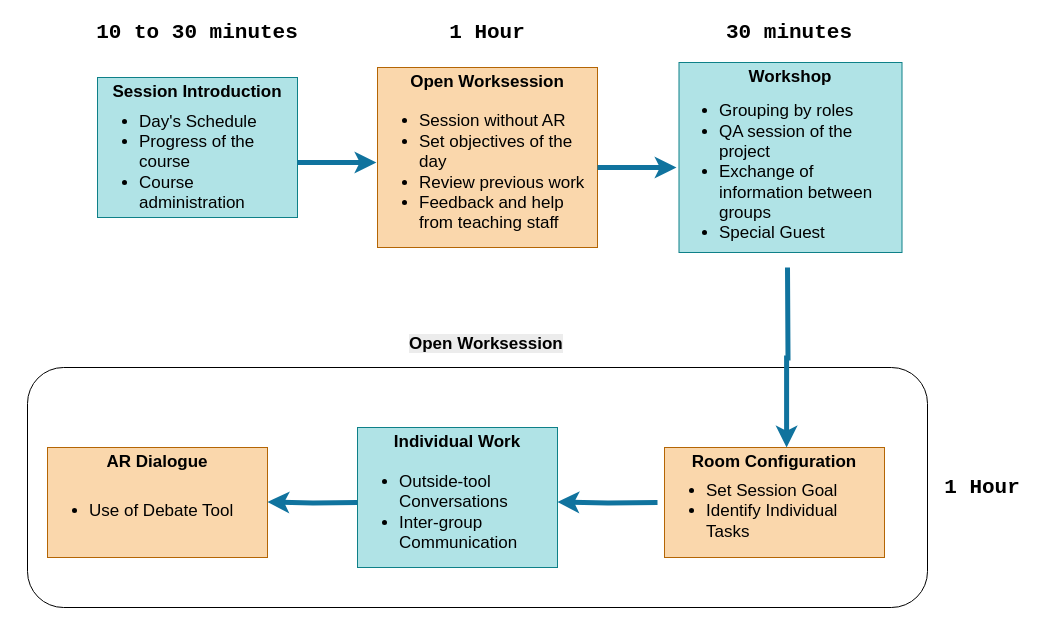
Above: Figures & Tables/Chapter 6/Fig 1 - Flow of Activities in a Classroom Session.drawio in speregil/Thesis-Document (draw.io), before the change. Source tidied: cells renumbered, new cells numbered last; positions are measured from the earlier drawing's top-left corner, leaving out a move shared by most shapes. Both pictures are drawn from the tidied source at 100%, with x=0, y=0 at pixel (17, 17).
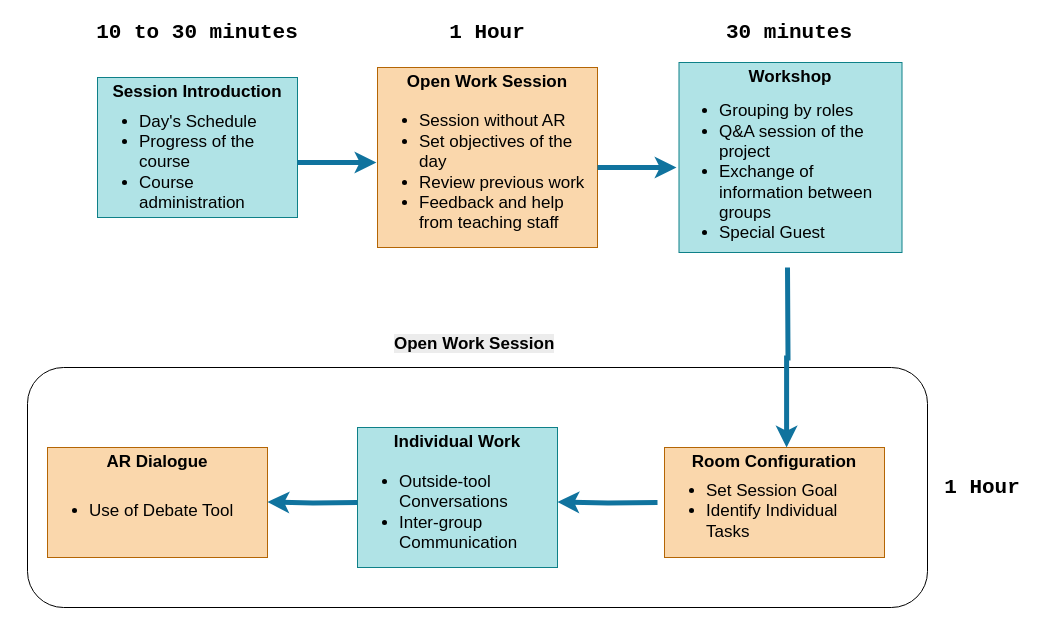
The same page after the edit.

The change refers to these unchanged cells:
```xml
<mxCell id="9" style="group;" parent="1" vertex="1">
  <mxGeometry x="360" y="50" width="220" height="180" as="geometry" />
</mxCell>
<mxCell id="16" style="group;" parent="1" vertex="1">
  <mxGeometry x="660" y="45" width="224.5" height="190" as="geometry" />
</mxCell>
```

Diff of the diagram source:
```diff
@@
-    <mxCell id="11" value="Open Worksession" style="text;html=1;whiteSpace=wrap;strokeColor=none;fillColor=none;align=center;verticalAlign=middle;rounded=0;fontSize=17;fontStyle=1;" parent="9" vertex="1">
+    <mxCell id="11" value="Open Work Session" style="text;html=1;whiteSpace=wrap;strokeColor=none;fillColor=none;align=center;verticalAlign=middle;rounded=0;fontSize=17;fontStyle=1;" parent="9" vertex="1">
       <mxGeometry x="10" width="200" height="30" as="geometry" />
     </mxCell>
@@
-    <mxCell id="19" value="&lt;ul&gt;&lt;li&gt;Grouping by roles&lt;/li&gt;&lt;li&gt;QA session of the project&lt;/li&gt;&lt;li&gt;Exchange of information between groups&lt;/li&gt;&lt;li&gt;Special Guest&lt;/li&gt;&lt;/ul&gt;" style="text;html=1;whiteSpace=wrap;strokeColor=none;fillColor=none;align=left;verticalAlign=middle;rounded=0;fontSize=17;" parent="16" vertex="1">
+    <mxCell id="19" value="&lt;ul&gt;&lt;li&gt;Grouping by roles&lt;/li&gt;&lt;li&gt;Q&amp;amp;A session of the project&lt;/li&gt;&lt;li&gt;Exchange of information between groups&lt;/li&gt;&lt;li&gt;Special Guest&lt;/li&gt;&lt;/ul&gt;" style="text;html=1;whiteSpace=wrap;strokeColor=none;fillColor=none;align=left;verticalAlign=middle;rounded=0;fontSize=17;" parent="16" vertex="1">
       <mxGeometry y="40" width="223" height="140" as="geometry" />
     </mxCell>
@@
-    <mxCell id="21" value="&lt;span style=&quot;color: rgb(0, 0, 0); font-family: Helvetica; font-size: 17px; font-style: normal; font-variant-ligatures: normal; font-variant-caps: normal; font-weight: 700; letter-spacing: normal; orphans: 2; text-align: center; text-indent: 0px; text-transform: none; widows: 2; word-spacing: 0px; -webkit-text-stroke-width: 0px; white-space: normal; background-color: rgb(236, 236, 236); text-decoration-thickness: initial; text-decoration-style: initial; text-decoration-color: initial; display: inline !important; float: none;&quot;&gt;Open Worksession&lt;/span&gt;" style="text;whiteSpace=wrap;html=1;" parent="1" vertex="1">
-      <mxGeometry x="390" y="310" width="160" height="40" as="geometry" />
+    <mxCell id="21" value="&lt;span style=&quot;color: rgb(0, 0, 0); font-family: Helvetica; font-size: 17px; font-style: normal; font-variant-ligatures: normal; font-variant-caps: normal; font-weight: 700; letter-spacing: normal; orphans: 2; text-align: center; text-indent: 0px; text-transform: none; widows: 2; word-spacing: 0px; -webkit-text-stroke-width: 0px; white-space: normal; background-color: rgb(236, 236, 236); text-decoration-thickness: initial; text-decoration-style: initial; text-decoration-color: initial; display: inline !important; float: none;&quot;&gt;Open Work Session&lt;/span&gt;" style="text;whiteSpace=wrap;html=1;" parent="1" vertex="1">
+      <mxGeometry x="375" y="310" width="170" height="40" as="geometry" />
     </mxCell>
```
